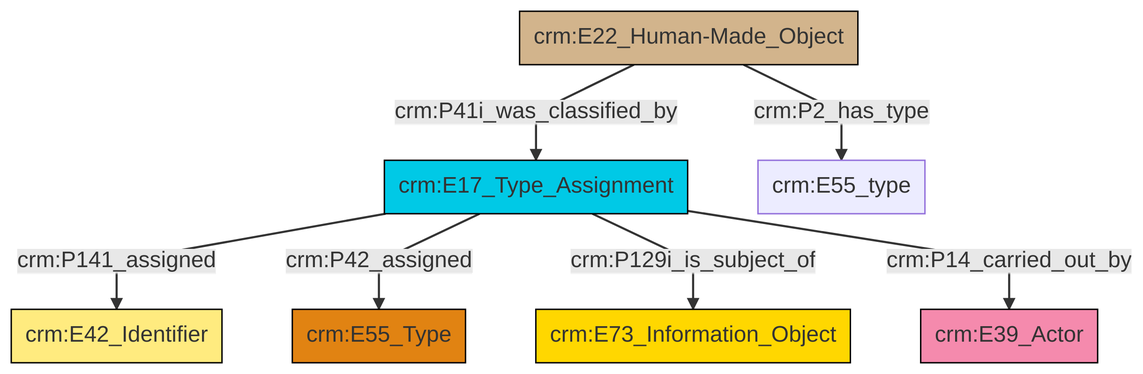
Above: et/builtWorkCSV/ttl/mmd/png/Built_Work_designation_status.png in swiss-art-research-net/docs.swissartresearch (Mermaid), before the change. Its source is kept beside it as et/builtWorkCSV/ttl/mmd/Built_Work_designation_status.ttl.mmd.
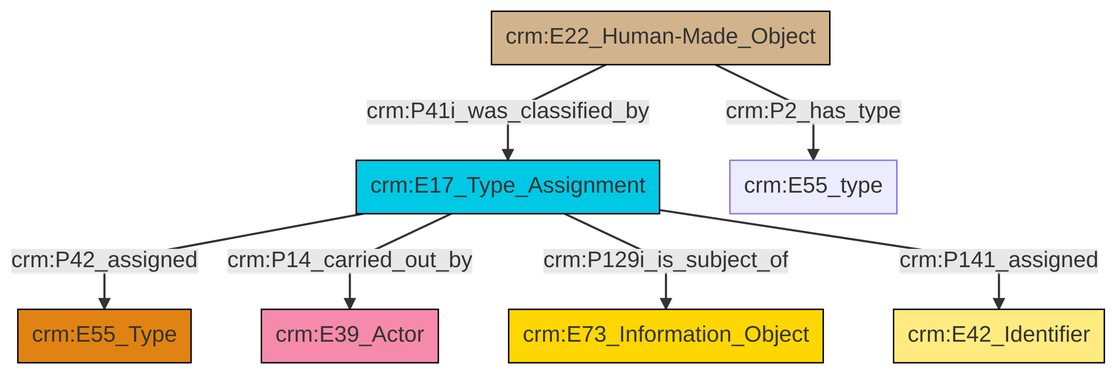
Later version of the same file.

The edit, as a diff of the source:
```diff
@@ -13,9 +13,9 @@
 classDef PC_Classes fill:#4ce600, stroke:#000000;
 classDef Multi fill:#cccccc,stroke:#000000;
 
-0["crm:E17_Type_Assignment"]:::Temporal_Entity -->|crm:P141_assigned| 1["crm:E42_Identifier"]:::Appellation
-0["crm:E17_Type_Assignment"]:::Temporal_Entity -->|crm:P42_assigned| 2["crm:E55_Type"]:::Type
-6["crm:E22_Human-Made_Object"]:::Physical_Thing -->|crm:P2_has_type| 10["crm:E55_type"]:::Default
-0["crm:E17_Type_Assignment"]:::Temporal_Entity -->|crm:P129i_is_subject_of| 3["crm:E73_Information_Object"]:::Conceptual_Object
-0["crm:E17_Type_Assignment"]:::Temporal_Entity -->|crm:P14_carried_out_by| 11["crm:E39_Actor"]:::Actor
-6["crm:E22_Human-Made_Object"]:::Physical_Thing -->|crm:P41i_was_classified_by| 0["crm:E17_Type_Assignment"]:::Temporal_Entity
+0["crm:E17_Type_Assignment"]:::Temporal_Entity -->|crm:P42_assigned| 1["crm:E55_Type"]:::Type
+0["crm:E17_Type_Assignment"]:::Temporal_Entity -->|crm:P14_carried_out_by| 2["crm:E39_Actor"]:::Actor
+0["crm:E17_Type_Assignment"]:::Temporal_Entity -->|crm:P129i_is_subject_of| 5["crm:E73_Information_Object"]:::Conceptual_Object
+7["crm:E22_Human-Made_Object"]:::Physical_Thing -->|crm:P41i_was_classified_by| 0["crm:E17_Type_Assignment"]:::Temporal_Entity
+0["crm:E17_Type_Assignment"]:::Temporal_Entity -->|crm:P141_assigned| 9["crm:E42_Identifier"]:::Appellation
+7["crm:E22_Human-Made_Object"]:::Physical_Thing -->|crm:P2_has_type| 3["crm:E55_type"]:::Default
```
